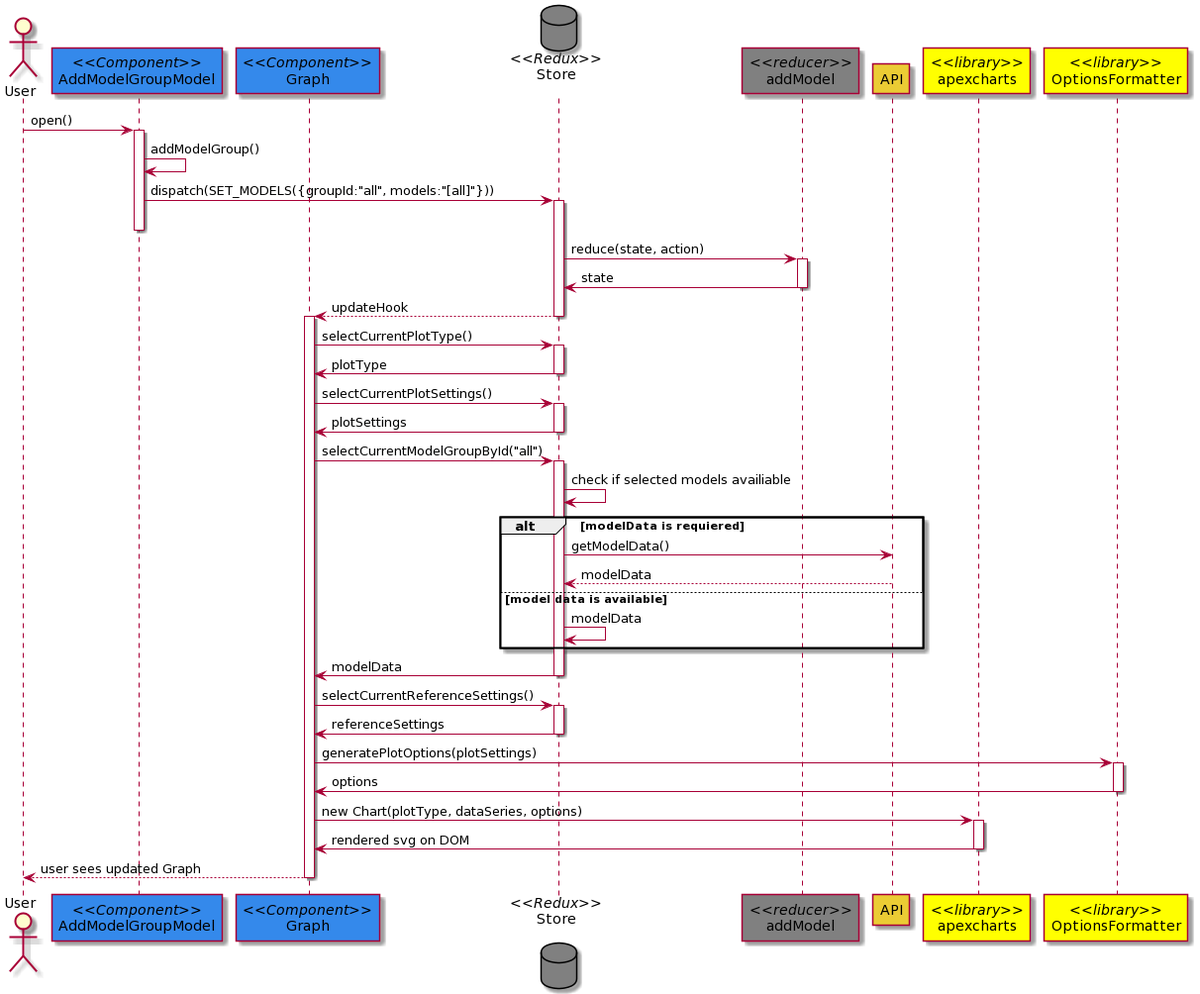
This is DesignPhase/UML/sequence-diagrams/add-and-plot-models/add_and_plot_models.png from EOSC-synergy/o3webapp, a PlantUML export, as it was before one commit. Its diagram source:
```plantuml
@startuml
actor User
participant "//<<Component>>//\nAddModelGroupModel" as AGS #3489eb
participant "//<<Component>>//\nGraph" as Graph #3489eb
database "//<<Redux>>//\nStore\n" as Store #808080
participant "//<<reducer>>//\naddModel" as reducer #808080
participant "API" as API #ebcc34
participant "//<<library>>//\napexcharts" as apexcharts #ffff00
participant "//<<library>>//\nOptionsFormatter" as formatter #ffff00



User->AGS: open()
activate AGS
AGS->AGS: addModelGroup()
AGS->Store: dispatch(SET_MODELS({groupId:"all", models:"[all]"}))
activate Store
deactivate AGS
Store->reducer: reduce(state, action)
activate reducer
reducer->Store: state
deactivate reducer

Graph<--Store: updateHook
deactivate Store

activate Graph
Graph->Store: selectCurrentPlotType()
activate Store
Graph<-Store: plotType
deactivate Store
Graph->Store: selectCurrentPlotSettings()
activate Store
Graph<-Store: plotSettings
deactivate Store
Graph->Store: selectCurrentModelGroupById("all")
activate Store
Store->Store: check if selected models availiable
alt modelData is requiered
	Store->API: getModelData()
	API-->Store: modelData
else model data is available
	Store -> Store: modelData

end

Graph<-Store: modelData
deactivate Store
Graph->Store: selectCurrentReferenceSettings()
activate Store
Graph<-Store: referenceSettings
deactivate Store

Graph->formatter: generatePlotOptions(plotSettings)
activate formatter
Graph<-formatter: options
deactivate formatter
Graph->apexcharts: new Chart(plotType, dataSeries, options)
activate apexcharts
Graph<-apexcharts: rendered svg on DOM
deactivate apexcharts
User<--Graph: user sees updated Graph
deactivate Graph
@enduml
```
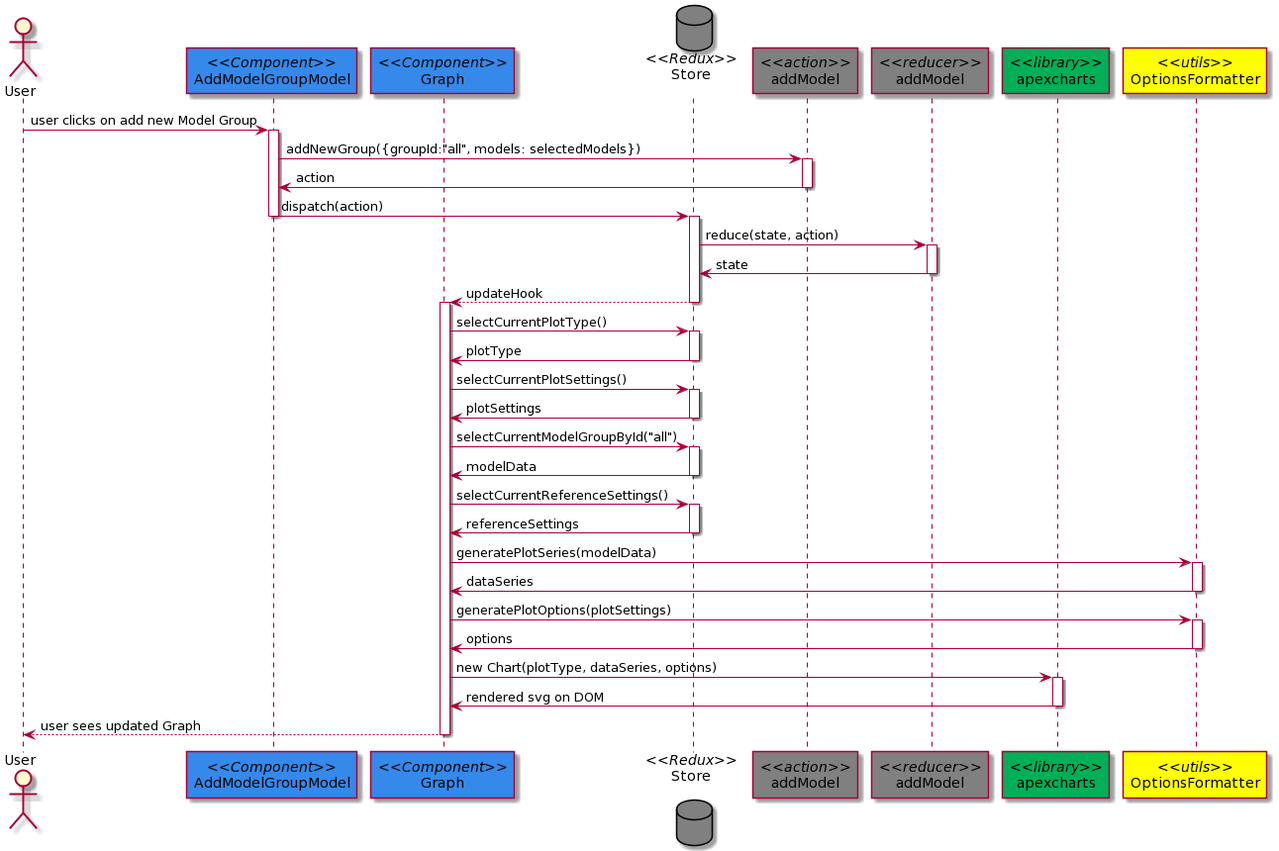
Later version of the same file.

Commit message:
Updated the sequence diagram for the add_and_plot_models scenario

Diff of the diagram source:
```diff
@@ -3,22 +3,29 @@
 participant "//<<Component>>//\nAddModelGroupModel" as AGS #3489eb
 participant "//<<Component>>//\nGraph" as Graph #3489eb
 database "//<<Redux>>//\nStore\n" as Store #808080
+participant "//<<action>>//\naddModel" as action #808080
 participant "//<<reducer>>//\naddModel" as reducer #808080
-participant "API" as API #ebcc34
-participant "//<<library>>//\napexcharts" as apexcharts #ffff00
-participant "//<<library>>//\nOptionsFormatter" as formatter #ffff00
+participant "//<<library>>//\napexcharts" as apexcharts #00af57
+participant "//<<utils>>//\nOptionsFormatter" as formatter #ffff00
 
 
 
-User->AGS: open()
+User -> AGS: user clicks on add new Model Group
+
 activate AGS
-AGS->AGS: addModelGroup()
-AGS->Store: dispatch(SET_MODELS({groupId:"all", models:"[all]"}))
+AGS -> action: addNewGroup({groupId:"all", models: selectedModels})
+
+activate action
+action -> AGS: action
+deactivate action
+
+AGS -> Store: dispatch(action)
+deactivate AGS
 activate Store
-deactivate AGS
-Store->reducer: reduce(state, action)
+Store -> reducer: reduce(state, action)
+
 activate reducer
-reducer->Store: state
+reducer -> Store: state
 deactivate reducer
 
 Graph<--Store: updateHook
@@ -35,22 +42,16 @@
 deactivate Store
 Graph->Store: selectCurrentModelGroupById("all")
 activate Store
-Store->Store: check if selected models availiable
-alt modelData is requiered
-	Store->API: getModelData()
-	API-->Store: modelData
-else model data is available
-	Store -> Store: modelData
-
-end
-
 Graph<-Store: modelData
 deactivate Store
 Graph->Store: selectCurrentReferenceSettings()
 activate Store
 Graph<-Store: referenceSettings
 deactivate Store
-
+Graph->formatter: generatePlotSeries(modelData)
+activate formatter
+Graph<-formatter: dataSeries
+deactivate formatter
 Graph->formatter: generatePlotOptions(plotSettings)
 activate formatter
 Graph<-formatter: options
```
